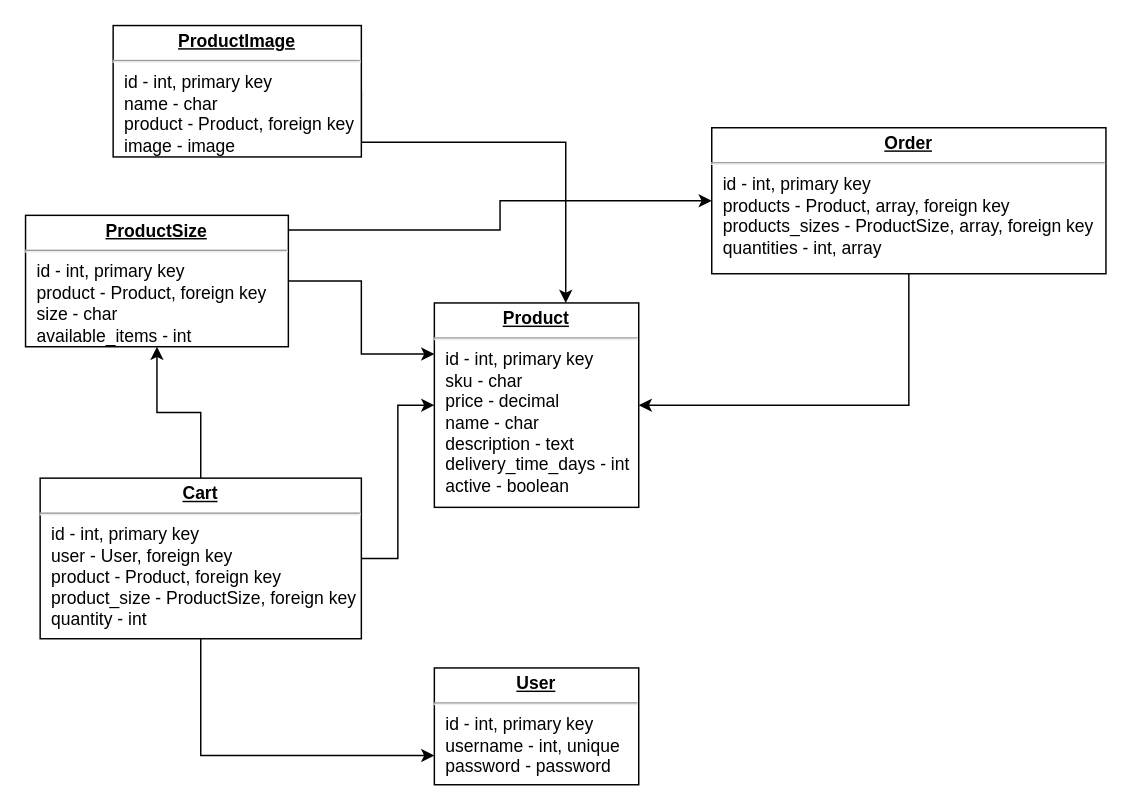
Above: diagrams/database_diagram.drawio in dragos-bizu/shopping-cart (draw.io), before the change. Source tidied: cells renumbered, new cells numbered last; positions are measured from the earlier drawing's top-left corner, leaving out a move shared by most shapes. Both pictures are drawn from the tidied source at 146%, with x=0, y=0 at pixel (25, 25).
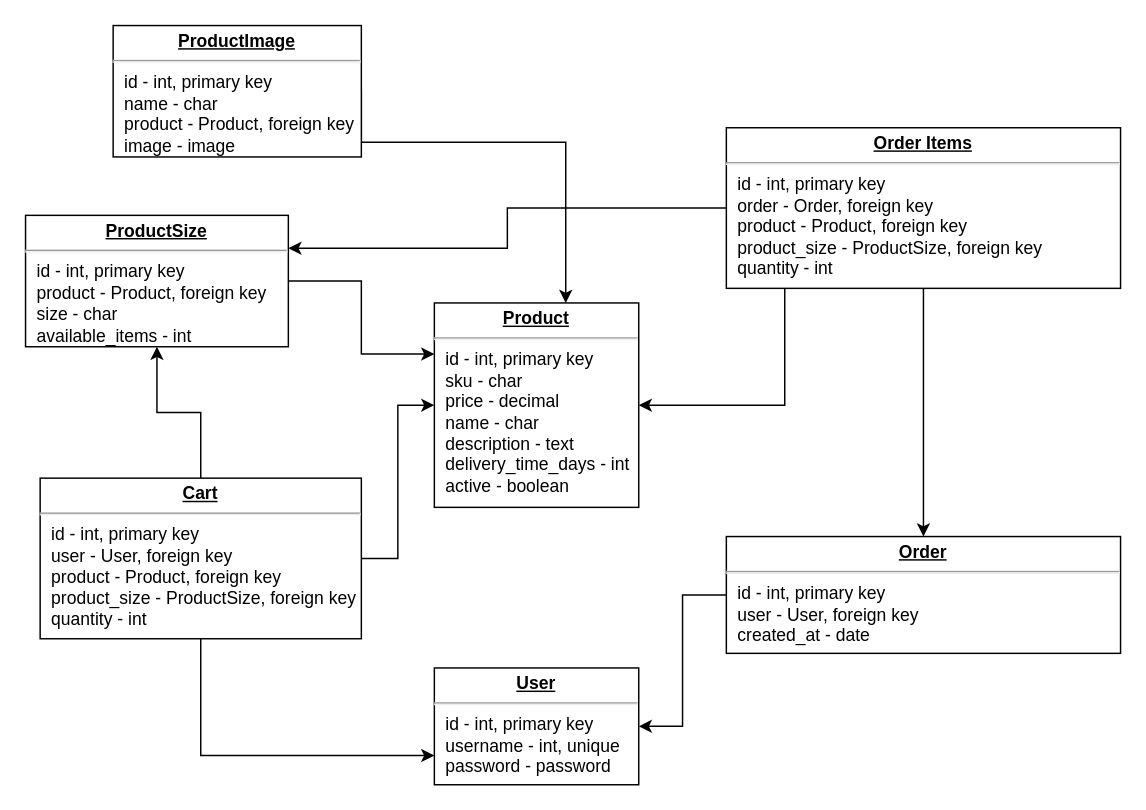
After the change.

The change refers to these unchanged cells:
```xml
<mxCell id="2" value="&lt;p style=&quot;margin: 0px ; margin-top: 4px ; text-align: center ; text-decoration: underline&quot;&gt;&lt;b&gt;Product&lt;/b&gt;&lt;/p&gt;&lt;hr&gt;&lt;p style=&quot;margin: 0px ; margin-left: 8px&quot;&gt;id - int, primary key&lt;br&gt;sku - char&lt;br&gt;price - decimal&lt;/p&gt;&lt;p style=&quot;margin: 0px ; margin-left: 8px&quot;&gt;name - char&lt;br&gt;&lt;/p&gt;&lt;p style=&quot;margin: 0px ; margin-left: 8px&quot;&gt;description - text&lt;br&gt;&lt;/p&gt;&lt;p style=&quot;margin: 0px ; margin-left: 8px&quot;&gt;delivery_time_days - int&lt;br&gt;&lt;/p&gt;&lt;p style=&quot;margin: 0px ; margin-left: 8px&quot;&gt;active - boolean&lt;/p&gt;" style="verticalAlign=top;align=left;overflow=fill;fontSize=12;fontFamily=Helvetica;html=1;rounded=0;shadow=0;comic=0;labelBackgroundColor=none;strokeWidth=1;" parent="1" vertex="1">
  <mxGeometry x="280" y="190" width="140" height="140" as="geometry" />
</mxCell>
<mxCell id="7" value="&lt;p style=&quot;margin: 0px ; margin-top: 4px ; text-align: center ; text-decoration: underline&quot;&gt;&lt;b&gt;ProductSize&lt;/b&gt;&lt;/p&gt;&lt;hr&gt;&lt;p style=&quot;margin: 0px ; margin-left: 8px&quot;&gt;id - int, primary key&lt;/p&gt;&lt;p style=&quot;margin: 0px ; margin-left: 8px&quot;&gt;product - Product, foreign key&lt;br&gt;size - char&lt;br&gt;available_items - int&lt;/p&gt;" style="verticalAlign=top;align=left;overflow=fill;fontSize=12;fontFamily=Helvetica;html=1;rounded=0;shadow=0;comic=0;labelBackgroundColor=none;strokeWidth=1;" parent="1" vertex="1">
  <mxGeometry y="130" width="180" height="90" as="geometry" />
</mxCell>
<mxCell id="14" value="&lt;p style=&quot;margin: 0px ; margin-top: 4px ; text-align: center ; text-decoration: underline&quot;&gt;&lt;b&gt;User&lt;/b&gt;&lt;/p&gt;&lt;hr&gt;&lt;p style=&quot;margin: 0px ; margin-left: 8px&quot;&gt;id - int, primary key&lt;/p&gt;&lt;p style=&quot;margin: 0px ; margin-left: 8px&quot;&gt;username - int, unique&lt;br&gt;password - password&lt;br&gt;&lt;br&gt;&lt;/p&gt;" style="verticalAlign=top;align=left;overflow=fill;fontSize=12;fontFamily=Helvetica;html=1;rounded=0;shadow=0;comic=0;labelBackgroundColor=none;strokeWidth=1;" parent="1" vertex="1">
  <mxGeometry x="280" y="440" width="140" height="80" as="geometry" />
</mxCell>
```

Change to the diagram source:
```diff
@@
-    <mxCell id="6" style="edgeStyle=orthogonalEdgeStyle;rounded=0;jettySize=auto;html=1;" parent="1" edge="1" source="7" target="13">
-      <mxGeometry relative="1" as="geometry">
-        <Array as="points">
-          <mxPoint x="325" y="140" />
-          <mxPoint x="325" y="120" />
-        </Array>
-      </mxGeometry>
-    </mxCell>
@@
-    <mxCell id="12" style="edgeStyle=orthogonalEdgeStyle;rounded=0;jettySize=auto;html=1;entryX=1;entryY=0.5;entryDx=0;entryDy=0;" parent="1" edge="1" source="13" target="2">
-      <mxGeometry relative="1" as="geometry">
-        <Array as="points">
-          <mxPoint x="605" y="260" />
-        </Array>
-      </mxGeometry>
-    </mxCell>
+    <mxCell id="15" style="edgeStyle=orthogonalEdgeStyle;rounded=0;jettySize=auto;html=1;entryX=1;entryY=0.5;entryDx=0;entryDy=0;" parent="1" edge="1" source="13" target="14">
+      <mxGeometry relative="1" as="geometry" />
+    </mxCell>
-    <mxCell id="13" value="&lt;p style=&quot;margin: 0px ; margin-top: 4px ; text-align: center ; text-decoration: underline&quot;&gt;&lt;b&gt;Order&lt;/b&gt;&lt;/p&gt;&lt;hr&gt;&lt;p style=&quot;margin: 0px ; margin-left: 8px&quot;&gt;id - int, primary key&lt;br&gt;products - Product, array, foreign key&lt;br&gt;products_sizes - ProductSize, array, foreign key&lt;/p&gt;&lt;p style=&quot;margin: 0px ; margin-left: 8px&quot;&gt;quantities - int, array&lt;/p&gt;" style="verticalAlign=top;align=left;overflow=fill;fontSize=12;fontFamily=Helvetica;html=1;rounded=0;shadow=0;comic=0;labelBackgroundColor=none;strokeWidth=1;" parent="1" vertex="1">
-      <mxGeometry x="470" y="70" width="270" height="100" as="geometry" />
+    <mxCell id="13" value="&lt;p style=&quot;margin: 0px ; margin-top: 4px ; text-align: center ; text-decoration: underline&quot;&gt;&lt;b&gt;Order&lt;/b&gt;&lt;/p&gt;&lt;hr&gt;&lt;p style=&quot;margin: 0px ; margin-left: 8px&quot;&gt;id - int, primary key&lt;br&gt;user - User, foreign key&lt;br&gt;created_at - date&lt;/p&gt;" style="verticalAlign=top;align=left;overflow=fill;fontSize=12;fontFamily=Helvetica;html=1;rounded=0;shadow=0;comic=0;labelBackgroundColor=none;strokeWidth=1;" parent="1" vertex="1">
+      <mxGeometry x="480" y="350" width="270" height="80" as="geometry" />
     </mxCell>
@@
+    <mxCell id="16" style="edgeStyle=orthogonalEdgeStyle;rounded=0;jettySize=auto;html=1;entryX=1;entryY=0.25;entryDx=0;entryDy=0;" parent="1" edge="1" source="19" target="7">
+      <mxGeometry relative="1" as="geometry" />
+    </mxCell>
+    <mxCell id="17" style="edgeStyle=orthogonalEdgeStyle;rounded=0;jettySize=auto;html=1;entryX=1;entryY=0.5;entryDx=0;entryDy=0;" parent="1" edge="1" source="19" target="2">
+      <mxGeometry relative="1" as="geometry">
+        <Array as="points">
+          <mxPoint x="520" y="260" />
+        </Array>
+      </mxGeometry>
+    </mxCell>
+    <mxCell id="18" style="edgeStyle=orthogonalEdgeStyle;rounded=0;jettySize=auto;html=1;" parent="1" edge="1" source="19" target="13">
+      <mxGeometry relative="1" as="geometry">
+        <Array as="points">
+          <mxPoint x="615" y="180" />
+          <mxPoint x="615" y="180" />
+        </Array>
+      </mxGeometry>
+    </mxCell>
+    <mxCell id="19" value="&lt;p style=&quot;margin: 0px ; margin-top: 4px ; text-align: center ; text-decoration: underline&quot;&gt;&lt;b&gt;Order Items&lt;/b&gt;&lt;/p&gt;&lt;hr&gt;&lt;p style=&quot;margin: 0px ; margin-left: 8px&quot;&gt;id - int, primary key&lt;/p&gt;&lt;p style=&quot;margin: 0px ; margin-left: 8px&quot;&gt;order - Order, foreign key&lt;br&gt;product - Product, foreign key&lt;br&gt;product_size - ProductSize, foreign key&lt;/p&gt;&lt;p style=&quot;margin: 0px ; margin-left: 8px&quot;&gt;quantity - int&lt;/p&gt;" style="verticalAlign=top;align=left;overflow=fill;fontSize=12;fontFamily=Helvetica;html=1;rounded=0;shadow=0;comic=0;labelBackgroundColor=none;strokeWidth=1;" parent="1" vertex="1">
+      <mxGeometry x="480" y="70" width="270" height="110" as="geometry" />
+    </mxCell>
```
